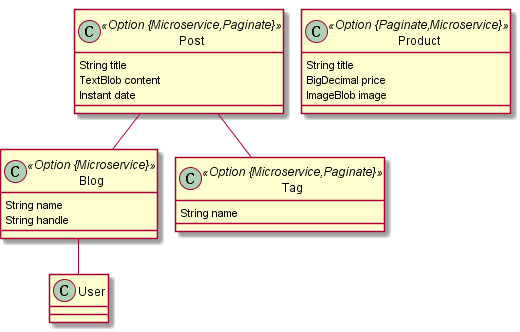
Before: models/v2.png, a diagram exported from PlantUML (lsfoo/share-task). Source of this version:
```plantuml
@startuml
	!pragma graphviz_dot jdot
	!pragma syntax class
	class Blog <<Option {Microservice}>> {
		String name
		String handle
	}
	class Post <<Option {Microservice,Paginate}>> {
		String title
		TextBlob content
		Instant date
	}
	class Tag <<Option {Microservice,Paginate}>> {
		String name
	}
	class Product <<Option {Paginate,Microservice}>> {
		String title
		BigDecimal price
		ImageBlob image
	}
	Blog  "user(login) 0..* " o-- "0..1 "  User
	Post  "blog(name) 0..* " o-- "0..1 "  Blog
	Post  "tag(name) 0..* " o--o "post 0..* "  Tag
	class User  {
	}
@enduml
```
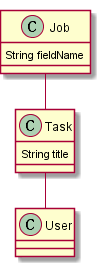
After the change.

The edit, as a diff of the source:
```diff
@@ -1,26 +1,14 @@
 @startuml
 	!pragma graphviz_dot jdot
 	!pragma syntax class
-	class Blog <<Option {Microservice}>> {
-		String name
-		String handle
+	class Task  {
+		String title
 	}
-	class Post <<Option {Microservice,Paginate}>> {
-		String title
-		TextBlob content
-		Instant date
+	class Job  {
+		String fieldName
 	}
-	class Tag <<Option {Microservice,Paginate}>> {
-		String name
-	}
-	class Product <<Option {Paginate,Microservice}>> {
-		String title
-		BigDecimal price
-		ImageBlob image
-	}
-	Blog  "user(login) 0..* " o-- "0..1 "  User
-	Post  "blog(name) 0..* " o-- "0..1 "  Blog
-	Post  "tag(name) 0..* " o--o "post 0..* "  Tag
+	Job  "task(title) 0..* " o-- "0..1 "  Task
+	Task  "user(login) 0..* " o-- "0..1 "  User
 	class User  {
 	}
 @enduml
```
